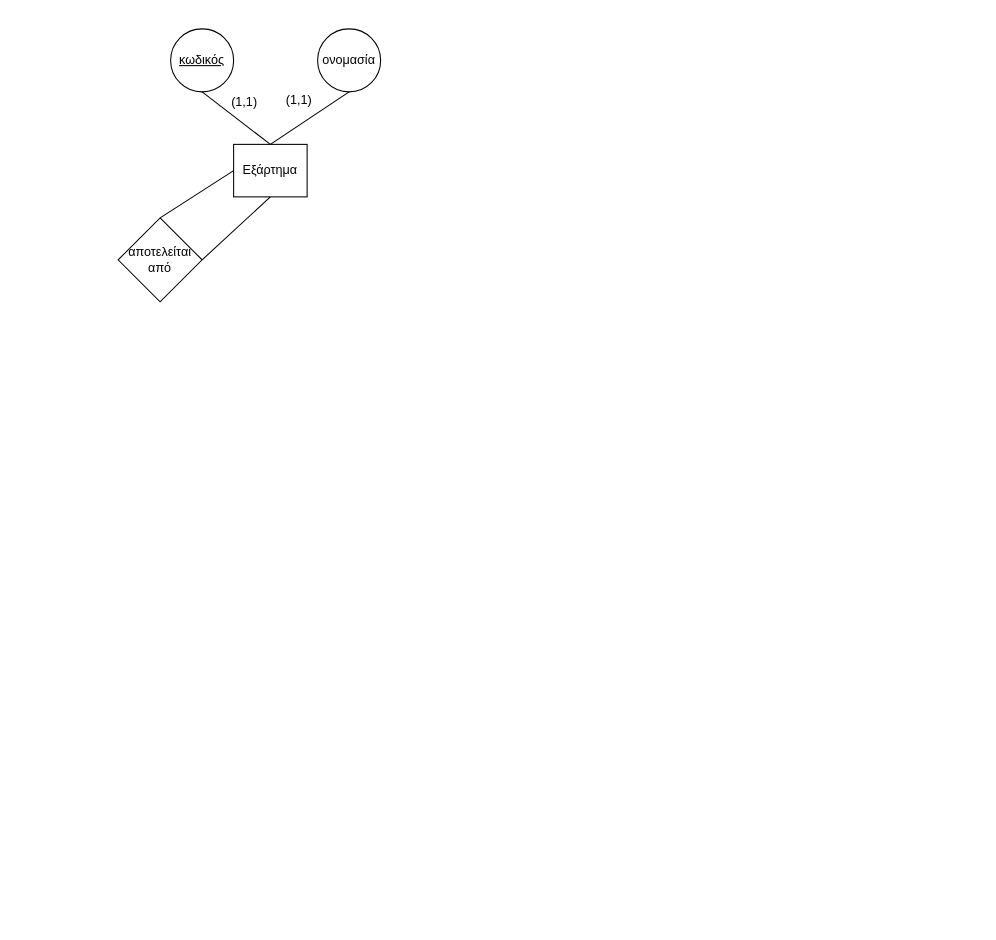
Earlier version of the draw.io diagram Untitled Diagram.drawio (transwaifu/liakman.github.io). Source tidied: cells renumbered, new cells numbered last; positions are measured from the earlier drawing's top-left corner, leaving out a move shared by most shapes. Both pictures are drawn from the tidied source at 105%, with x=0, y=0 at pixel (118, 28).
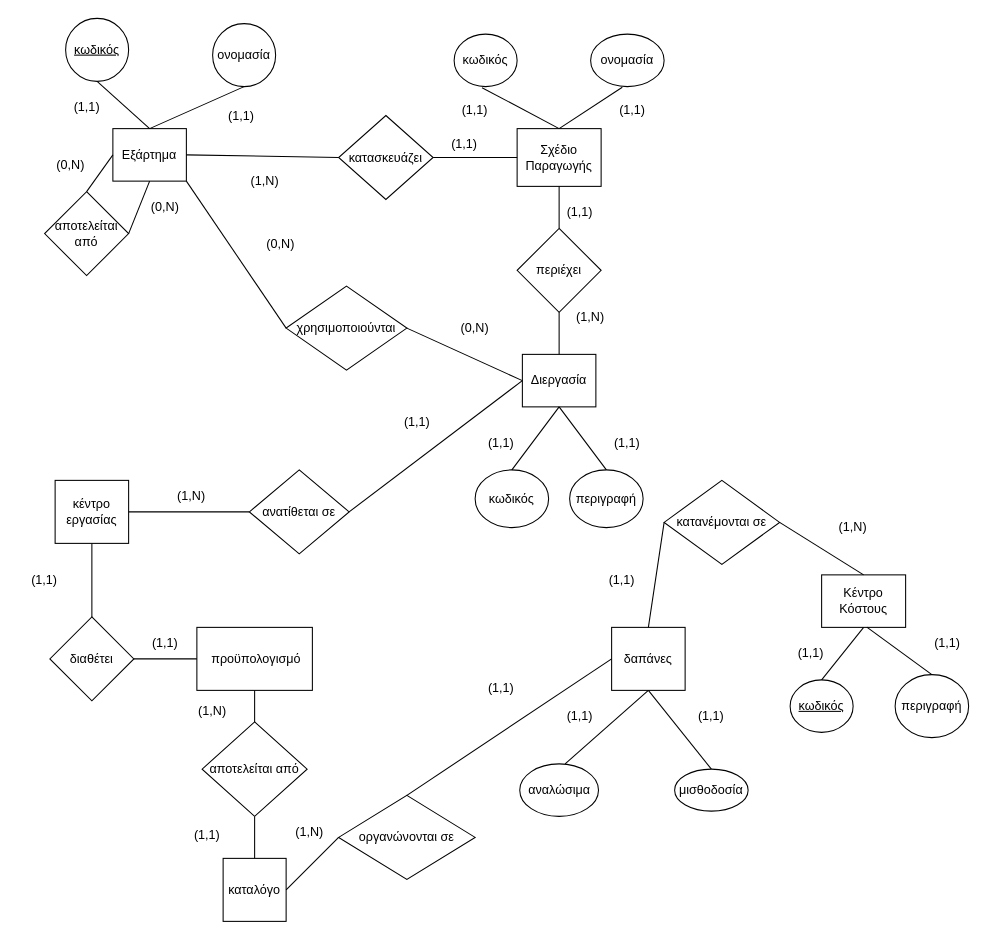
After the change.

Change to the diagram source:
```diff
@@
     <mxCell id="2" value="Εξάρτημα" style="rounded=0;whiteSpace=wrap;html=1;" parent="1" vertex="1">
-      <mxGeometry x="110" y="110" width="70" height="50" as="geometry" />
+      <mxGeometry x="-5" y="95" width="70" height="50" as="geometry" />
     </mxCell>
     <mxCell id="3" value="&lt;u&gt;κωδικός&lt;/u&gt;" style="ellipse;whiteSpace=wrap;html=1;" parent="1" vertex="1">
-      <mxGeometry x="50" width="60" height="60" as="geometry" />
+      <mxGeometry x="-50" y="-10" width="60" height="60" as="geometry" />
     </mxCell>
     <mxCell id="4" value="ονομασία" style="ellipse;whiteSpace=wrap;html=1;" parent="1" vertex="1">
-      <mxGeometry x="190" width="60" height="60" as="geometry" />
+      <mxGeometry x="90" y="-5" width="60" height="60" as="geometry" />
     </mxCell>
@@
     <mxCell id="8" value="αποτελείται από" style="rhombus;whiteSpace=wrap;html=1;" parent="1" vertex="1">
-      <mxGeometry y="180" width="80" height="80" as="geometry" />
+      <mxGeometry x="-70" y="155" width="80" height="80" as="geometry" />
     </mxCell>
@@
     <mxCell id="10" value="(1,1)" style="text;html=1;align=center;verticalAlign=middle;strokeColor=none;fillColor=none;" parent="1" vertex="1">
-      <mxGeometry x="100" y="60" width="40" height="20" as="geometry" />
+      <mxGeometry x="-50" y="65" width="40" height="20" as="geometry" />
     </mxCell>
     <mxCell id="11" value="(1,1)" style="text;html=1;strokeColor=none;fillColor=none;align=center;verticalAlign=middle;whiteSpace=wrap;rounded=0;" parent="1" vertex="1">
-      <mxGeometry x="145" y="55" width="55" height="25" as="geometry" />
+      <mxGeometry x="90" y="70" width="55" height="25" as="geometry" />
     </mxCell>
+    <mxCell id="12" value="(0,Ν)" style="text;html=1;strokeColor=none;fillColor=none;align=center;verticalAlign=middle;whiteSpace=wrap;rounded=0;" parent="1" vertex="1">
+      <mxGeometry x="-70" y="115" width="50" height="30" as="geometry" />
+    </mxCell>
+    <mxCell id="13" value="(0,Ν)" style="text;html=1;strokeColor=none;fillColor=none;align=center;verticalAlign=middle;whiteSpace=wrap;rounded=0;" parent="1" vertex="1">
+      <mxGeometry x="20" y="155" width="50" height="30" as="geometry" />
+    </mxCell>
+    <mxCell id="14" value="Σχέδιο Παραγωγής" style="rounded=0;whiteSpace=wrap;html=1;" parent="1" vertex="1">
+      <mxGeometry x="380" y="95" width="80" height="55" as="geometry" />
+    </mxCell>
+    <mxCell id="15" style="endArrow=none;html=1;rounded=0;entryX=0.5;entryY=0;entryDx=0;entryDy=0;exitX=0.443;exitY=1.02;exitDx=0;exitDy=0;exitPerimeter=0;" parent="1" edge="1" source="16" target="14">
+      <mxGeometry relative="1" as="geometry" />
+    </mxCell>
+    <mxCell id="16" value="κωδικός" style="ellipse;whiteSpace=wrap;html=1;" parent="1" vertex="1">
+      <mxGeometry x="320" y="5" width="60" height="50" as="geometry" />
+    </mxCell>
+    <mxCell id="17" value="ονομασία" style="ellipse;whiteSpace=wrap;html=1;" parent="1" vertex="1">
+      <mxGeometry x="450" y="5" width="70" height="50" as="geometry" />
+    </mxCell>
+    <mxCell id="18" style="endArrow=none;html=1;rounded=0;entryX=0.431;entryY=1.012;entryDx=0;entryDy=0;entryPerimeter=0;exitX=0.5;exitY=0;exitDx=0;exitDy=0;" parent="1" edge="1" source="14" target="17">
+      <mxGeometry relative="1" as="geometry" />
+    </mxCell>
+    <mxCell id="19" value="Κέντρο Κόστους" style="rounded=0;whiteSpace=wrap;html=1;" parent="1" vertex="1">
+      <mxGeometry x="670" y="520" width="80" height="50" as="geometry" />
+    </mxCell>
+    <mxCell id="20" value="&lt;u&gt;κωδικός&lt;/u&gt;" style="ellipse;whiteSpace=wrap;html=1;" parent="1" vertex="1">
+      <mxGeometry x="640" y="620" width="60" height="50" as="geometry" />
+    </mxCell>
+    <mxCell id="21" value="περιγραφή" style="ellipse;whiteSpace=wrap;html=1;" parent="1" vertex="1">
+      <mxGeometry x="740" y="615" width="70" height="60" as="geometry" />
+    </mxCell>
+    <mxCell id="22" style="endArrow=none;html=1;rounded=0;entryX=0.5;entryY=1;entryDx=0;entryDy=0;exitX=0.5;exitY=0;exitDx=0;exitDy=0;" parent="1" edge="1" source="20" target="19">
+      <mxGeometry relative="1" as="geometry" />
+    </mxCell>
+    <mxCell id="23" style="endArrow=none;html=1;rounded=0;entryX=0.5;entryY=0;entryDx=0;entryDy=0;exitX=0.538;exitY=0.996;exitDx=0;exitDy=0;exitPerimeter=0;" parent="1" edge="1" source="19" target="21">
+      <mxGeometry relative="1" as="geometry" />
+    </mxCell>
+    <mxCell id="24" value="(1,1)" style="text;html=1;strokeColor=none;fillColor=none;align=center;verticalAlign=middle;whiteSpace=wrap;rounded=0;" parent="1" vertex="1">
+      <mxGeometry x="630" y="580" width="60" height="30" as="geometry" />
+    </mxCell>
+    <mxCell id="25" value="(1,1)" style="text;html=1;strokeColor=none;fillColor=none;align=center;verticalAlign=middle;whiteSpace=wrap;rounded=0;" parent="1" vertex="1">
+      <mxGeometry x="760" y="570" width="60" height="30" as="geometry" />
+    </mxCell>
+    <mxCell id="26" value="(1,1)" style="text;html=1;strokeColor=none;fillColor=none;align=center;verticalAlign=middle;whiteSpace=wrap;rounded=0;" parent="1" vertex="1">
+      <mxGeometry x="320" y="65" width="40" height="25" as="geometry" />
+    </mxCell>
+    <mxCell id="27" value="(1,1)" style="text;html=1;strokeColor=none;fillColor=none;align=center;verticalAlign=middle;whiteSpace=wrap;rounded=0;" parent="1" vertex="1">
+      <mxGeometry x="470" y="65" width="40" height="25" as="geometry" />
+    </mxCell>
+    <mxCell id="28" value="Διεργασία" style="rounded=0;whiteSpace=wrap;html=1;" parent="1" vertex="1">
+      <mxGeometry x="385" y="310" width="70" height="50" as="geometry" />
+    </mxCell>
+    <mxCell id="29" value="κωδικός" style="ellipse;whiteSpace=wrap;html=1;" parent="1" vertex="1">
+      <mxGeometry x="340" y="420" width="70" height="55" as="geometry" />
+    </mxCell>
+    <mxCell id="30" value="περιγραφή" style="ellipse;whiteSpace=wrap;html=1;" parent="1" vertex="1">
+      <mxGeometry x="430" y="420" width="70" height="55" as="geometry" />
+    </mxCell>
+    <mxCell id="31" style="endArrow=none;html=1;rounded=0;entryX=0.5;entryY=1;entryDx=0;entryDy=0;exitX=0.5;exitY=0;exitDx=0;exitDy=0;" parent="1" edge="1" source="29" target="28">
+      <mxGeometry relative="1" as="geometry" />
+    </mxCell>
+    <mxCell id="32" style="endArrow=none;html=1;rounded=0;entryX=0.5;entryY=1;entryDx=0;entryDy=0;exitX=0.5;exitY=0;exitDx=0;exitDy=0;" parent="1" edge="1" source="30" target="28">
+      <mxGeometry relative="1" as="geometry" />
+    </mxCell>
+    <mxCell id="33" value="(1,1)" style="text;html=1;strokeColor=none;fillColor=none;align=center;verticalAlign=middle;whiteSpace=wrap;rounded=0;" parent="1" vertex="1">
+      <mxGeometry x="340" y="380" width="50" height="30" as="geometry" />
+    </mxCell>
+    <mxCell id="34" value="(1,1)" style="text;html=1;strokeColor=none;fillColor=none;align=center;verticalAlign=middle;whiteSpace=wrap;rounded=0;" parent="1" vertex="1">
+      <mxGeometry x="460" y="380" width="50" height="30" as="geometry" />
+    </mxCell>
+    <mxCell id="35" value="περιέχει" style="rhombus;whiteSpace=wrap;html=1;" parent="1" vertex="1">
+      <mxGeometry x="380" y="190" width="80" height="80" as="geometry" />
+    </mxCell>
+    <mxCell id="36" style="endArrow=none;html=1;rounded=0;entryX=0.5;entryY=1;entryDx=0;entryDy=0;exitX=0.5;exitY=0;exitDx=0;exitDy=0;" parent="1" edge="1" source="35" target="14">
+      <mxGeometry relative="1" as="geometry" />
+    </mxCell>
+    <mxCell id="37" style="endArrow=none;html=1;rounded=0;entryX=0.5;entryY=1;entryDx=0;entryDy=0;exitX=0.5;exitY=0;exitDx=0;exitDy=0;" parent="1" edge="1" source="28" target="35">
+      <mxGeometry relative="1" as="geometry" />
+    </mxCell>
+    <mxCell id="38" value="(1,1)" style="text;html=1;strokeColor=none;fillColor=none;align=center;verticalAlign=middle;whiteSpace=wrap;rounded=0;" parent="1" vertex="1">
+      <mxGeometry x="410" y="160" width="60" height="30" as="geometry" />
+    </mxCell>
+    <mxCell id="39" value="(1,Ν)" style="text;html=1;strokeColor=none;fillColor=none;align=center;verticalAlign=middle;whiteSpace=wrap;rounded=0;" parent="1" vertex="1">
+      <mxGeometry x="420" y="260" width="60" height="30" as="geometry" />
+    </mxCell>
+    <mxCell id="40" value="κέντρο εργασίας" style="rounded=0;whiteSpace=wrap;html=1;" parent="1" vertex="1">
+      <mxGeometry x="-60" y="430" width="70" height="60" as="geometry" />
+    </mxCell>
+    <mxCell id="41" style="endArrow=none;html=1;rounded=0;entryX=0;entryY=0.5;entryDx=0;entryDy=0;exitX=1;exitY=0.5;exitDx=0;exitDy=0;" parent="1" edge="1" source="43" target="14">
+      <mxGeometry relative="1" as="geometry" />
+    </mxCell>
+    <mxCell id="42" value="(1,1)" style="text;html=1;strokeColor=none;fillColor=none;align=center;verticalAlign=middle;whiteSpace=wrap;rounded=0;" parent="1" vertex="1">
+      <mxGeometry x="300" y="95" width="60" height="30" as="geometry" />
+    </mxCell>
+    <mxCell id="43" value="κατασκευάζει" style="rhombus;whiteSpace=wrap;html=1;" parent="1" vertex="1">
+      <mxGeometry x="210" y="82.5" width="90" height="80" as="geometry" />
+    </mxCell>
+    <mxCell id="44" style="endArrow=none;html=1;rounded=0;entryX=1;entryY=0.5;entryDx=0;entryDy=0;exitX=0;exitY=0.5;exitDx=0;exitDy=0;" parent="1" edge="1" source="43" target="2">
+      <mxGeometry relative="1" as="geometry" />
+    </mxCell>
+    <mxCell id="45" value="(1,Ν)" style="text;html=1;strokeColor=none;fillColor=none;align=center;verticalAlign=middle;whiteSpace=wrap;rounded=0;" parent="1" vertex="1">
+      <mxGeometry x="110" y="130" width="60" height="30" as="geometry" />
+    </mxCell>
+    <mxCell id="46" style="endArrow=none;html=1;rounded=0;entryX=0;entryY=0.5;entryDx=0;entryDy=0;exitX=1;exitY=0.5;exitDx=0;exitDy=0;" parent="1" edge="1" source="47" target="28">
+      <mxGeometry relative="1" as="geometry" />
+    </mxCell>
+    <mxCell id="47" value="ανατίθεται σε" style="rhombus;whiteSpace=wrap;html=1;" parent="1" vertex="1">
+      <mxGeometry x="125" y="420" width="95" height="80" as="geometry" />
+    </mxCell>
+    <mxCell id="48" style="endArrow=none;html=1;rounded=0;entryX=0;entryY=0.5;entryDx=0;entryDy=0;exitX=1;exitY=0.5;exitDx=0;exitDy=0;" parent="1" edge="1" source="40" target="47">
+      <mxGeometry relative="1" as="geometry" />
+    </mxCell>
+    <mxCell id="49" value="χρησιμοποιούνται" style="rhombus;whiteSpace=wrap;html=1;" parent="1" vertex="1">
+      <mxGeometry x="160" y="245" width="115" height="80" as="geometry" />
+    </mxCell>
+    <mxCell id="50" value="(1,1)" style="text;html=1;strokeColor=none;fillColor=none;align=center;verticalAlign=middle;whiteSpace=wrap;rounded=0;" parent="1" vertex="1">
+      <mxGeometry x="260" y="360" width="50" height="30" as="geometry" />
+    </mxCell>
+    <mxCell id="51" value="(1,Ν)" style="text;html=1;strokeColor=none;fillColor=none;align=center;verticalAlign=middle;whiteSpace=wrap;rounded=0;" parent="1" vertex="1">
+      <mxGeometry x="40" y="430" width="60" height="30" as="geometry" />
+    </mxCell>
+    <mxCell id="52" style="endArrow=none;html=1;rounded=0;entryX=0;entryY=0.5;entryDx=0;entryDy=0;exitX=1;exitY=0.5;exitDx=0;exitDy=0;" parent="1" edge="1" source="49" target="28">
+      <mxGeometry relative="1" as="geometry" />
+    </mxCell>
+    <mxCell id="53" style="endArrow=none;html=1;rounded=0;entryX=0;entryY=0.5;entryDx=0;entryDy=0;exitX=1;exitY=1;exitDx=0;exitDy=0;" parent="1" edge="1" source="2" target="49">
+      <mxGeometry relative="1" as="geometry" />
+    </mxCell>
+    <mxCell id="54" value="(0,Ν)" style="text;html=1;strokeColor=none;fillColor=none;align=center;verticalAlign=middle;whiteSpace=wrap;rounded=0;" parent="1" vertex="1">
+      <mxGeometry x="125" y="190" width="60" height="30" as="geometry" />
+    </mxCell>
+    <mxCell id="55" value="(0,Ν)" style="text;html=1;strokeColor=none;fillColor=none;align=center;verticalAlign=middle;whiteSpace=wrap;rounded=0;" parent="1" vertex="1">
+      <mxGeometry x="310" y="270" width="60" height="30" as="geometry" />
+    </mxCell>
+    <mxCell id="56" value="διαθέτει" style="rhombus;whiteSpace=wrap;html=1;" parent="1" vertex="1">
+      <mxGeometry x="-65" y="560" width="80" height="80" as="geometry" />
+    </mxCell>
+    <mxCell id="57" style="endArrow=none;html=1;rounded=0;entryX=0.5;entryY=1;entryDx=0;entryDy=0;exitX=0.5;exitY=0;exitDx=0;exitDy=0;" parent="1" edge="1" source="56" target="40">
+      <mxGeometry relative="1" as="geometry" />
+    </mxCell>
+    <mxCell id="58" value="&amp;nbsp;προϋπολογισμό" style="rounded=0;whiteSpace=wrap;html=1;" parent="1" vertex="1">
+      <mxGeometry x="75" y="570" width="110" height="60" as="geometry" />
+    </mxCell>
+    <mxCell id="59" value="δαπάνες" style="rounded=0;whiteSpace=wrap;html=1;" parent="1" vertex="1">
+      <mxGeometry x="470" y="570" width="70" height="60" as="geometry" />
+    </mxCell>
+    <mxCell id="60" style="endArrow=none;html=1;rounded=0;entryX=1;entryY=0.5;entryDx=0;entryDy=0;exitX=0;exitY=0.5;exitDx=0;exitDy=0;" parent="1" edge="1" source="58" target="56">
+      <mxGeometry relative="1" as="geometry" />
+    </mxCell>
+    <mxCell id="61" value="αποτελείται από" style="rhombus;whiteSpace=wrap;html=1;" parent="1" vertex="1">
+      <mxGeometry x="80" y="660" width="100" height="90" as="geometry" />
+    </mxCell>
+    <mxCell id="62" style="endArrow=none;html=1;rounded=0;entryX=0.5;entryY=1;entryDx=0;entryDy=0;exitX=0.5;exitY=0;exitDx=0;exitDy=0;" parent="1" edge="1" source="65" target="59">
+      <mxGeometry relative="1" as="geometry" />
+    </mxCell>
+    <mxCell id="63" style="endArrow=none;html=1;rounded=0;entryX=0.5;entryY=1;entryDx=0;entryDy=0;exitX=0.576;exitY=0;exitDx=0;exitDy=0;exitPerimeter=0;" parent="1" edge="1" source="64" target="59">
+      <mxGeometry relative="1" as="geometry" />
+    </mxCell>
+    <mxCell id="64" value="αναλώσιμα" style="ellipse;whiteSpace=wrap;html=1;" parent="1" vertex="1">
+      <mxGeometry x="382.5" y="700" width="75" height="50" as="geometry" />
+    </mxCell>
+    <mxCell id="65" value="μισθοδοσία" style="ellipse;whiteSpace=wrap;html=1;" parent="1" vertex="1">
+      <mxGeometry x="530" y="705" width="70" height="40" as="geometry" />
+    </mxCell>
+    <mxCell id="66" value="(1,1)" style="text;html=1;strokeColor=none;fillColor=none;align=center;verticalAlign=middle;whiteSpace=wrap;rounded=0;" parent="1" vertex="1">
+      <mxGeometry x="-95" y="510" width="50" height="30" as="geometry" />
+    </mxCell>
+    <mxCell id="67" value="(1,1)" style="text;html=1;strokeColor=none;fillColor=none;align=center;verticalAlign=middle;whiteSpace=wrap;rounded=0;" parent="1" vertex="1">
+      <mxGeometry x="20" y="570" width="50" height="30" as="geometry" />
+    </mxCell>
+    <mxCell id="68" value="(1,1)" style="text;html=1;strokeColor=none;fillColor=none;align=center;verticalAlign=middle;whiteSpace=wrap;rounded=0;" parent="1" vertex="1">
+      <mxGeometry x="425" y="640" width="30" height="30" as="geometry" />
+    </mxCell>
+    <mxCell id="69" value="(1,1)" style="text;html=1;strokeColor=none;fillColor=none;align=center;verticalAlign=middle;whiteSpace=wrap;rounded=0;" parent="1" vertex="1">
+      <mxGeometry x="545" y="640" width="40" height="30" as="geometry" />
+    </mxCell>
+    <mxCell id="70" value="οργανώνονται σε" style="rhombus;whiteSpace=wrap;html=1;" parent="1" vertex="1">
+      <mxGeometry x="210" y="730" width="130" height="80" as="geometry" />
+    </mxCell>
+    <mxCell id="71" style="endArrow=none;html=1;rounded=0;entryX=0.5;entryY=1;entryDx=0;entryDy=0;exitX=0.5;exitY=0;exitDx=0;exitDy=0;" parent="1" edge="1" source="61" target="58">
+      <mxGeometry relative="1" as="geometry" />
+    </mxCell>
+    <mxCell id="72" style="endArrow=none;html=1;rounded=0;entryX=0.5;entryY=1;entryDx=0;entryDy=0;exitX=0.5;exitY=0;exitDx=0;exitDy=0;" parent="1" edge="1" source="73" target="61">
+      <mxGeometry relative="1" as="geometry" />
+    </mxCell>
+    <mxCell id="73" value="καταλόγο" style="rounded=0;whiteSpace=wrap;html=1;" parent="1" vertex="1">
+      <mxGeometry x="100" y="790" width="60" height="60" as="geometry" />
+    </mxCell>
+    <mxCell id="74" style="endArrow=none;html=1;rounded=0;exitX=1;exitY=0.5;exitDx=0;exitDy=0;entryX=0;entryY=0.5;entryDx=0;entryDy=0;" parent="1" edge="1" source="73" target="70">
+      <mxGeometry relative="1" as="geometry" />
+    </mxCell>
+    <mxCell id="75" style="endArrow=none;html=1;rounded=0;exitX=0.5;exitY=0;exitDx=0;exitDy=0;entryX=0;entryY=0.5;entryDx=0;entryDy=0;" parent="1" edge="1" source="70" target="59">
+      <mxGeometry relative="1" as="geometry" />
+    </mxCell>
+    <mxCell id="76" value="(1,1)" style="text;html=1;strokeColor=none;fillColor=none;align=center;verticalAlign=middle;whiteSpace=wrap;rounded=0;" parent="1" vertex="1">
+      <mxGeometry x="340" y="615" width="50" height="25" as="geometry" />
+    </mxCell>
+    <mxCell id="77" value="(1,Ν)" style="text;html=1;strokeColor=none;fillColor=none;align=center;verticalAlign=middle;whiteSpace=wrap;rounded=0;" parent="1" vertex="1">
+      <mxGeometry x="70" y="640" width="40" height="20" as="geometry" />
+    </mxCell>
+    <mxCell id="78" value="(1,1)" style="text;html=1;strokeColor=none;fillColor=none;align=center;verticalAlign=middle;whiteSpace=wrap;rounded=0;" parent="1" vertex="1">
+      <mxGeometry x="60" y="755" width="50" height="25" as="geometry" />
+    </mxCell>
+    <mxCell id="79" value="(1,Ν)" style="text;html=1;strokeColor=none;fillColor=none;align=center;verticalAlign=middle;whiteSpace=wrap;rounded=0;" parent="1" vertex="1">
+      <mxGeometry x="160" y="755" width="45" height="20" as="geometry" />
+    </mxCell>
+    <mxCell id="80" style="endArrow=none;html=1;rounded=0;exitX=0.5;exitY=0;exitDx=0;exitDy=0;entryX=0;entryY=0.5;entryDx=0;entryDy=0;" parent="1" edge="1" source="59" target="81">
+      <mxGeometry relative="1" as="geometry" />
+    </mxCell>
+    <mxCell id="81" value="κατανέμονται σε" style="rhombus;whiteSpace=wrap;html=1;" parent="1" vertex="1">
+      <mxGeometry x="520" y="430" width="110" height="80" as="geometry" />
+    </mxCell>
+    <mxCell id="82" style="endArrow=none;html=1;rounded=0;entryX=1;entryY=0.5;entryDx=0;entryDy=0;exitX=0.5;exitY=0;exitDx=0;exitDy=0;" parent="1" edge="1" source="19" target="81">
+      <mxGeometry relative="1" as="geometry" />
+    </mxCell>
+    <mxCell id="83" value="(1,Ν)" style="text;html=1;strokeColor=none;fillColor=none;align=center;verticalAlign=middle;whiteSpace=wrap;rounded=0;" parent="1" vertex="1">
+      <mxGeometry x="670" y="460" width="60" height="30" as="geometry" />
+    </mxCell>
+    <mxCell id="84" value="(1,1)" style="text;html=1;strokeColor=none;fillColor=none;align=center;verticalAlign=middle;whiteSpace=wrap;rounded=0;" parent="1" vertex="1">
+      <mxGeometry x="450" y="510" width="60" height="30" as="geometry" />
+    </mxCell>
```
